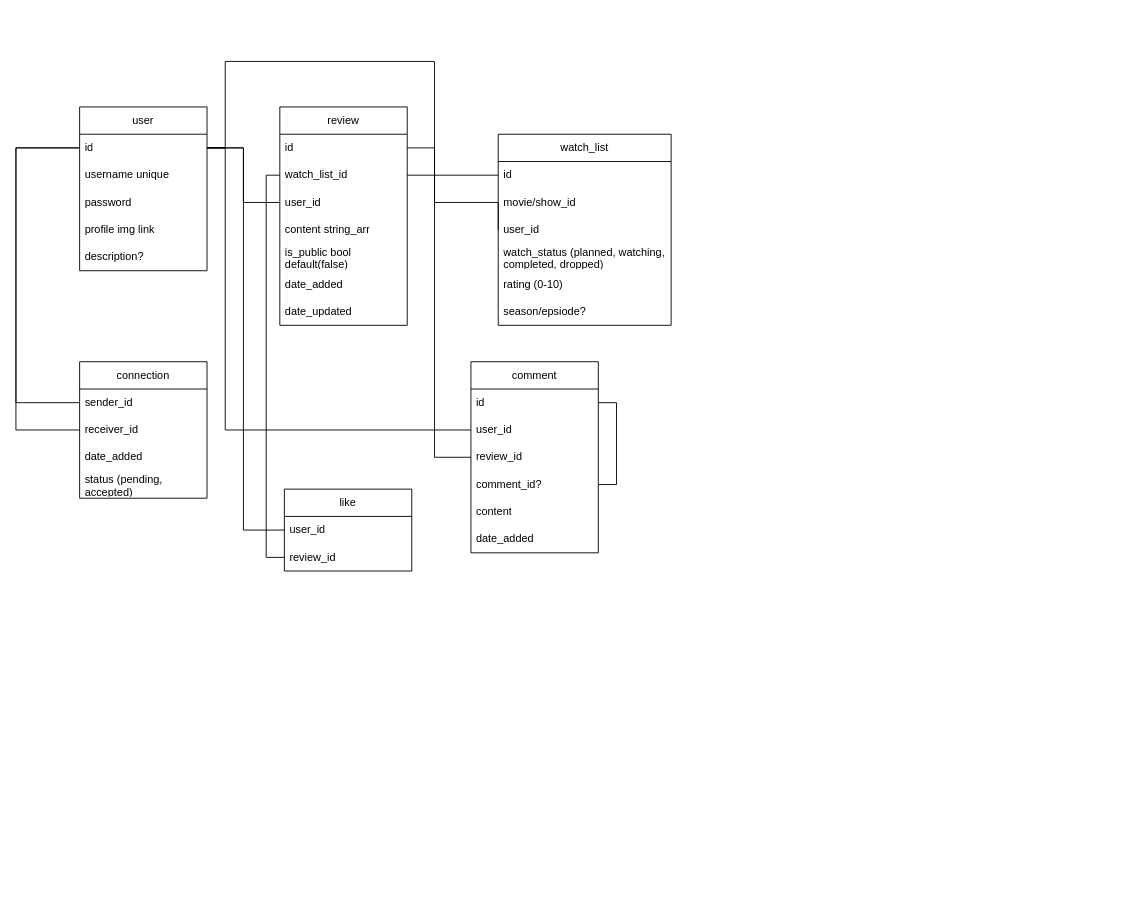
Before: plans/PopSync_model.drawio in lymyr/PopSync, a draw.io diagram. Source tidied: cells renumbered, new cells numbered last; positions are measured from the earlier drawing's top-left corner, leaving out a move shared by most shapes. Both pictures are drawn from the tidied source at 91%, with x=0, y=0 at pixel (15, 61).
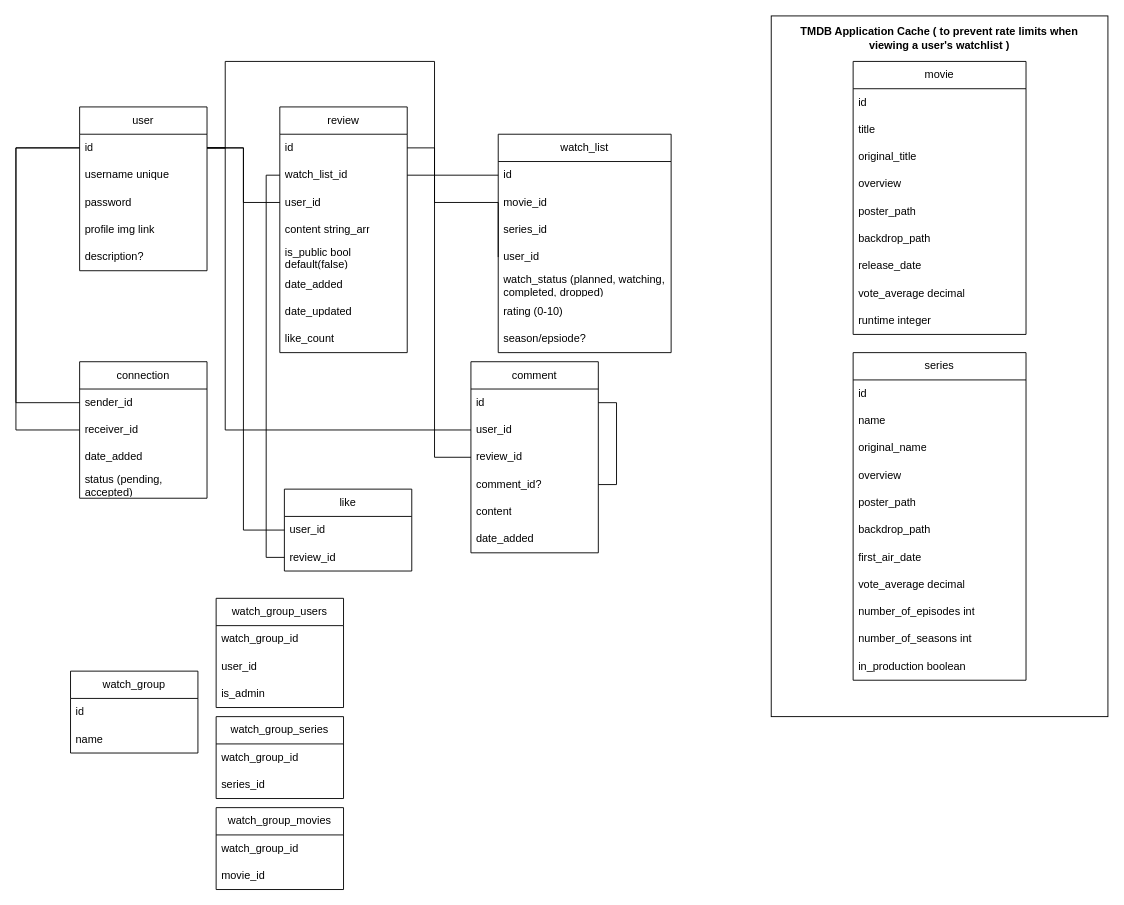
The same diagram, later.

What changed in the source:
```diff
@@
     <mxCell id="9" value="review" style="swimlane;fontStyle=0;horizontal=1;startSize=30;whiteSpace=wrap;html=1;" parent="1" vertex="1">
-      <mxGeometry x="290" y="50" width="140" height="240" as="geometry" />
+      <mxGeometry x="290" y="50" width="140" height="270" as="geometry" />
     </mxCell>
@@
+    <mxCell id="48" value="like_count" style="text;strokeColor=none;fillColor=none;align=left;verticalAlign=middle;spacingLeft=4;spacingRight=4;overflow=hidden;whiteSpace=wrap;html=1;" parent="9" vertex="1">
+      <mxGeometry y="240" width="140" height="30" as="geometry" />
+    </mxCell>
     <mxCell id="17" value="watch_list" style="swimlane;fontStyle=0;horizontal=1;startSize=30;whiteSpace=wrap;html=1;" parent="1" vertex="1">
-      <mxGeometry x="530" y="80" width="190" height="210" as="geometry" />
+      <mxGeometry x="530" y="80" width="190" height="240" as="geometry" />
     </mxCell>
@@
-    <mxCell id="19" value="movie/show_id&amp;nbsp;" style="text;strokeColor=none;fillColor=none;align=left;verticalAlign=middle;spacingLeft=4;spacingRight=4;overflow=hidden;whiteSpace=wrap;html=1;" parent="17" vertex="1">
+    <mxCell id="19" value="&lt;div&gt;movie_id&lt;/div&gt;" style="text;strokeColor=none;fillColor=none;align=left;verticalAlign=middle;spacingLeft=4;spacingRight=4;overflow=hidden;whiteSpace=wrap;html=1;" parent="17" vertex="1">
       <mxGeometry y="60" width="190" height="30" as="geometry" />
     </mxCell>
+    <mxCell id="49" value="series_id&amp;nbsp;" style="text;strokeColor=none;fillColor=none;align=left;verticalAlign=middle;spacingLeft=4;spacingRight=4;overflow=hidden;whiteSpace=wrap;html=1;" parent="17" vertex="1">
+      <mxGeometry y="90" width="190" height="30" as="geometry" />
+    </mxCell>
     <mxCell id="20" value="user_id&amp;nbsp;" style="text;strokeColor=none;fillColor=none;align=left;verticalAlign=middle;spacingLeft=4;spacingRight=4;overflow=hidden;points=[[0,0.5],[1,0.5]];portConstraint=eastwest;whiteSpace=wrap;html=1;" parent="17" vertex="1">
-      <mxGeometry y="90" width="190" height="30" as="geometry" />
+      <mxGeometry y="120" width="190" height="30" as="geometry" />
     </mxCell>
     <mxCell id="21" value="watch_status (planned, watching, completed, dropped)" style="text;strokeColor=none;fillColor=none;align=left;verticalAlign=middle;spacingLeft=4;spacingRight=4;overflow=hidden;html=1;whiteSpace=wrap;" parent="17" vertex="1">
-      <mxGeometry y="120" width="190" height="30" as="geometry" />
+      <mxGeometry y="150" width="190" height="30" as="geometry" />
     </mxCell>
     <mxCell id="22" value="rating (0-10)" style="text;strokeColor=none;fillColor=none;align=left;verticalAlign=middle;spacingLeft=4;spacingRight=4;overflow=hidden;whiteSpace=wrap;html=1;" parent="17" vertex="1">
-      <mxGeometry y="150" width="190" height="30" as="geometry" />
+      <mxGeometry y="180" width="190" height="30" as="geometry" />
     </mxCell>
     <mxCell id="23" value="season/epsiode?" style="text;strokeColor=none;fillColor=none;align=left;verticalAlign=middle;spacingLeft=4;spacingRight=4;overflow=hidden;whiteSpace=wrap;html=1;" parent="17" vertex="1">
-      <mxGeometry y="180" width="190" height="30" as="geometry" />
+      <mxGeometry y="210" width="190" height="30" as="geometry" />
     </mxCell>
@@
+    <mxCell id="50" style="group;" parent="1" vertex="1">
+      <mxGeometry x="830" y="-50" width="370" height="770" as="geometry" />
+    </mxCell>
+    <mxCell id="51" style="rounded=0;whiteSpace=wrap;html=1;align=left;" parent="50" vertex="1">
+      <mxGeometry width="370" height="770" as="geometry" />
+    </mxCell>
+    <mxCell id="52" value="movie" style="swimlane;fontStyle=0;horizontal=1;startSize=30;whiteSpace=wrap;html=1;" parent="50" vertex="1">
+      <mxGeometry x="90" y="50" width="190" height="300" as="geometry" />
+    </mxCell>
+    <mxCell id="53" value="id" style="text;strokeColor=none;fillColor=none;align=left;verticalAlign=middle;spacingLeft=4;spacingRight=4;overflow=hidden;whiteSpace=wrap;html=1;" parent="52" vertex="1">
+      <mxGeometry y="30" width="190" height="30" as="geometry" />
+    </mxCell>
+    <mxCell id="54" value="title" style="text;strokeColor=none;fillColor=none;align=left;verticalAlign=middle;spacingLeft=4;spacingRight=4;overflow=hidden;whiteSpace=wrap;html=1;" parent="52" vertex="1">
+      <mxGeometry y="60" width="190" height="30" as="geometry" />
+    </mxCell>
+    <mxCell id="55" value="original_title" style="text;strokeColor=none;fillColor=none;align=left;verticalAlign=middle;spacingLeft=4;spacingRight=4;overflow=hidden;whiteSpace=wrap;html=1;" parent="52" vertex="1">
+      <mxGeometry y="90" width="190" height="30" as="geometry" />
+    </mxCell>
+    <mxCell id="56" value="overview" style="text;strokeColor=none;fillColor=none;align=left;verticalAlign=middle;spacingLeft=4;spacingRight=4;overflow=hidden;whiteSpace=wrap;html=1;" parent="52" vertex="1">
+      <mxGeometry y="120" width="190" height="30" as="geometry" />
+    </mxCell>
+    <mxCell id="57" value="poster_path" style="text;strokeColor=none;fillColor=none;align=left;verticalAlign=middle;spacingLeft=4;spacingRight=4;overflow=hidden;whiteSpace=wrap;html=1;" parent="52" vertex="1">
+      <mxGeometry y="150" width="190" height="30" as="geometry" />
+    </mxCell>
+    <mxCell id="58" value="backdrop_path" style="text;strokeColor=none;fillColor=none;align=left;verticalAlign=middle;spacingLeft=4;spacingRight=4;overflow=hidden;whiteSpace=wrap;html=1;" parent="52" vertex="1">
+      <mxGeometry y="180" width="190" height="30" as="geometry" />
+    </mxCell>
+    <mxCell id="59" value="release_date" style="text;strokeColor=none;fillColor=none;align=left;verticalAlign=middle;spacingLeft=4;spacingRight=4;overflow=hidden;html=1;whiteSpace=wrap;" parent="52" vertex="1">
+      <mxGeometry y="210" width="190" height="30" as="geometry" />
+    </mxCell>
+    <mxCell id="60" value="vote_average decimal" style="text;strokeColor=none;fillColor=none;align=left;verticalAlign=middle;spacingLeft=4;spacingRight=4;overflow=hidden;whiteSpace=wrap;html=1;" parent="52" vertex="1">
+      <mxGeometry y="240" width="190" height="30" as="geometry" />
+    </mxCell>
+    <mxCell id="61" value="runtime integer" style="text;strokeColor=none;fillColor=none;align=left;verticalAlign=middle;spacingLeft=4;spacingRight=4;overflow=hidden;whiteSpace=wrap;html=1;" parent="52" vertex="1">
+      <mxGeometry y="270" width="190" height="30" as="geometry" />
+    </mxCell>
+    <mxCell id="62" value="series" style="swimlane;fontStyle=0;horizontal=1;startSize=30;whiteSpace=wrap;html=1;" parent="50" vertex="1">
+      <mxGeometry x="90" y="370" width="190" height="360" as="geometry" />
+    </mxCell>
+    <mxCell id="63" value="id" style="text;strokeColor=none;fillColor=none;align=left;verticalAlign=middle;spacingLeft=4;spacingRight=4;overflow=hidden;whiteSpace=wrap;html=1;" parent="62" vertex="1">
+      <mxGeometry y="30" width="190" height="30" as="geometry" />
+    </mxCell>
+    <mxCell id="64" value="name" style="text;strokeColor=none;fillColor=none;align=left;verticalAlign=middle;spacingLeft=4;spacingRight=4;overflow=hidden;whiteSpace=wrap;html=1;" parent="62" vertex="1">
+      <mxGeometry y="60" width="190" height="30" as="geometry" />
+    </mxCell>
+    <mxCell id="65" value="original_name" style="text;strokeColor=none;fillColor=none;align=left;verticalAlign=middle;spacingLeft=4;spacingRight=4;overflow=hidden;whiteSpace=wrap;html=1;" parent="62" vertex="1">
+      <mxGeometry y="90" width="190" height="30" as="geometry" />
+    </mxCell>
+    <mxCell id="66" value="overview" style="text;strokeColor=none;fillColor=none;align=left;verticalAlign=middle;spacingLeft=4;spacingRight=4;overflow=hidden;whiteSpace=wrap;html=1;" parent="62" vertex="1">
+      <mxGeometry y="120" width="190" height="30" as="geometry" />
+    </mxCell>
+    <mxCell id="67" value="poster_path" style="text;strokeColor=none;fillColor=none;align=left;verticalAlign=middle;spacingLeft=4;spacingRight=4;overflow=hidden;whiteSpace=wrap;html=1;" parent="62" vertex="1">
+      <mxGeometry y="150" width="190" height="30" as="geometry" />
+    </mxCell>
+    <mxCell id="68" value="backdrop_path" style="text;strokeColor=none;fillColor=none;align=left;verticalAlign=middle;spacingLeft=4;spacingRight=4;overflow=hidden;whiteSpace=wrap;html=1;" parent="62" vertex="1">
+      <mxGeometry y="180" width="190" height="30" as="geometry" />
+    </mxCell>
+    <mxCell id="69" value="first_air_date" style="text;strokeColor=none;fillColor=none;align=left;verticalAlign=middle;spacingLeft=4;spacingRight=4;overflow=hidden;html=1;whiteSpace=wrap;" parent="62" vertex="1">
+      <mxGeometry y="210" width="190" height="30" as="geometry" />
+    </mxCell>
+    <mxCell id="70" value="vote_average decimal" style="text;strokeColor=none;fillColor=none;align=left;verticalAlign=middle;spacingLeft=4;spacingRight=4;overflow=hidden;whiteSpace=wrap;html=1;" parent="62" vertex="1">
+      <mxGeometry y="240" width="190" height="30" as="geometry" />
+    </mxCell>
+    <mxCell id="71" value="number_of_episodes int" style="text;strokeColor=none;fillColor=none;align=left;verticalAlign=middle;spacingLeft=4;spacingRight=4;overflow=hidden;whiteSpace=wrap;html=1;" parent="62" vertex="1">
+      <mxGeometry y="270" width="190" height="30" as="geometry" />
+    </mxCell>
+    <mxCell id="72" value="number_of_seasons int" style="text;strokeColor=none;fillColor=none;align=left;verticalAlign=middle;spacingLeft=4;spacingRight=4;overflow=hidden;whiteSpace=wrap;html=1;" parent="62" vertex="1">
+      <mxGeometry y="300" width="190" height="30" as="geometry" />
+    </mxCell>
+    <mxCell id="73" value="in_production boolean" style="text;strokeColor=none;fillColor=none;align=left;verticalAlign=middle;spacingLeft=4;spacingRight=4;overflow=hidden;whiteSpace=wrap;html=1;" parent="62" vertex="1">
+      <mxGeometry y="330" width="190" height="30" as="geometry" />
+    </mxCell>
+    <mxCell id="74" value="TMDB Application Cache ( to prevent rate limits when viewing a user's watchlist )" style="text;html=1;whiteSpace=wrap;strokeColor=none;fillColor=none;align=center;verticalAlign=middle;rounded=0;fontStyle=1;" parent="50" vertex="1">
+      <mxGeometry x="10" y="10" width="350" height="30" as="geometry" />
+    </mxCell>
+    <mxCell id="75" value="watch_group" style="swimlane;fontStyle=0;horizontal=1;startSize=30;whiteSpace=wrap;html=1;" parent="1" vertex="1">
+      <mxGeometry x="60" y="670" width="140" height="90" as="geometry" />
+    </mxCell>
+    <mxCell id="76" value="id" style="text;strokeColor=none;fillColor=none;align=left;verticalAlign=middle;spacingLeft=4;spacingRight=4;overflow=hidden;whiteSpace=wrap;html=1;" parent="75" vertex="1">
+      <mxGeometry y="30" width="140" height="30" as="geometry" />
+    </mxCell>
+    <mxCell id="77" value="name" style="text;strokeColor=none;fillColor=none;align=left;verticalAlign=middle;spacingLeft=4;spacingRight=4;overflow=hidden;whiteSpace=wrap;html=1;" parent="75" vertex="1">
+      <mxGeometry y="60" width="140" height="30" as="geometry" />
+    </mxCell>
+    <mxCell id="78" value="watch_group_users" style="swimlane;fontStyle=0;horizontal=1;startSize=30;whiteSpace=wrap;html=1;" parent="1" vertex="1">
+      <mxGeometry x="220" y="590" width="140" height="120" as="geometry" />
+    </mxCell>
+    <mxCell id="79" value="watch_group_id" style="text;strokeColor=none;fillColor=none;align=left;verticalAlign=middle;spacingLeft=4;spacingRight=4;overflow=hidden;whiteSpace=wrap;html=1;" parent="78" vertex="1">
+      <mxGeometry y="30" width="140" height="30" as="geometry" />
+    </mxCell>
+    <mxCell id="80" value="user_id" style="text;strokeColor=none;fillColor=none;align=left;verticalAlign=middle;spacingLeft=4;spacingRight=4;overflow=hidden;whiteSpace=wrap;html=1;" parent="78" vertex="1">
+      <mxGeometry y="60" width="140" height="30" as="geometry" />
+    </mxCell>
+    <mxCell id="81" value="is_admin" style="text;strokeColor=none;fillColor=none;align=left;verticalAlign=middle;spacingLeft=4;spacingRight=4;overflow=hidden;whiteSpace=wrap;html=1;" parent="78" vertex="1">
+      <mxGeometry y="90" width="140" height="30" as="geometry" />
+    </mxCell>
+    <mxCell id="82" value="watch_group_series" style="swimlane;fontStyle=0;horizontal=1;startSize=30;whiteSpace=wrap;html=1;" parent="1" vertex="1">
+      <mxGeometry x="220" y="720" width="140" height="90" as="geometry" />
+    </mxCell>
+    <mxCell id="83" value="watch_group_id" style="text;strokeColor=none;fillColor=none;align=left;verticalAlign=middle;spacingLeft=4;spacingRight=4;overflow=hidden;whiteSpace=wrap;html=1;" parent="82" vertex="1">
+      <mxGeometry y="30" width="140" height="30" as="geometry" />
+    </mxCell>
+    <mxCell id="84" value="series_id" style="text;strokeColor=none;fillColor=none;align=left;verticalAlign=middle;spacingLeft=4;spacingRight=4;overflow=hidden;whiteSpace=wrap;html=1;" parent="82" vertex="1">
+      <mxGeometry y="60" width="140" height="30" as="geometry" />
+    </mxCell>
+    <mxCell id="85" value="watch_group_movies" style="swimlane;fontStyle=0;horizontal=1;startSize=30;whiteSpace=wrap;html=1;" parent="1" vertex="1">
+      <mxGeometry x="220" y="820" width="140" height="90" as="geometry" />
+    </mxCell>
+    <mxCell id="86" value="watch_group_id" style="text;strokeColor=none;fillColor=none;align=left;verticalAlign=middle;spacingLeft=4;spacingRight=4;overflow=hidden;whiteSpace=wrap;html=1;" parent="85" vertex="1">
+      <mxGeometry y="30" width="140" height="30" as="geometry" />
+    </mxCell>
+    <mxCell id="87" value="movie_id" style="text;strokeColor=none;fillColor=none;align=left;verticalAlign=middle;spacingLeft=4;spacingRight=4;overflow=hidden;whiteSpace=wrap;html=1;" parent="85" vertex="1">
+      <mxGeometry y="60" width="140" height="30" as="geometry" />
+    </mxCell>
```
